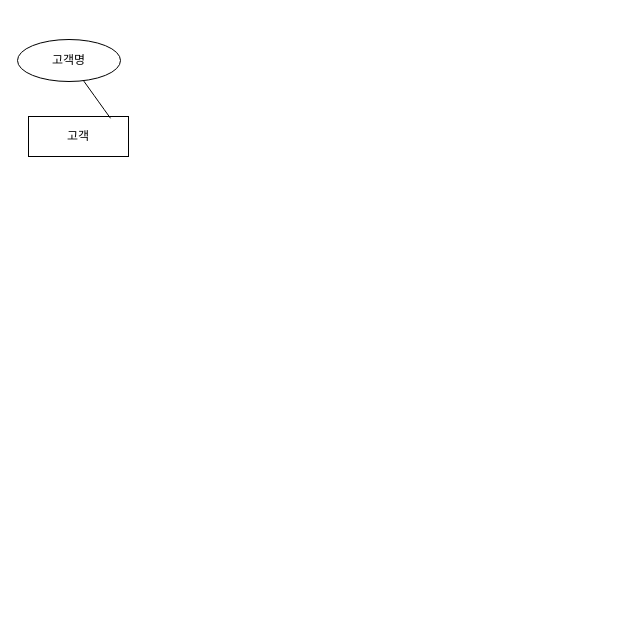
SEOUL-raphael/erd keeps this draw.io diagram as 제목 없는 다이어그램.drawio. Above is the earlier version. Source tidied: cells renumbered, new cells numbered last; positions are measured from the earlier drawing's top-left corner, leaving out a move shared by most shapes. Both pictures are drawn from the tidied source at 100%, with x=0, y=0 at pixel (17, 39).
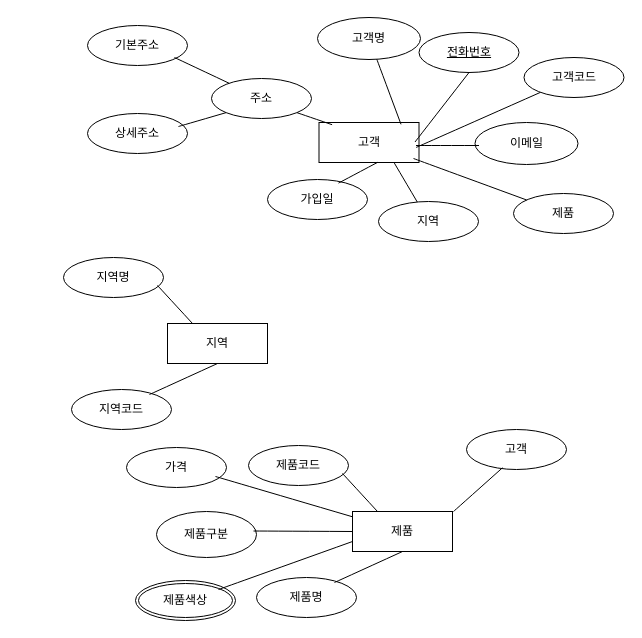
After the change.

Commit message (it also covers changes not shown here):
제목 없는 다이어그램.drawio 업데이트

Diff of the diagram source:
```diff
@@
     <mxCell id="2" value="고&lt;span style=&quot;background-color: initial;&quot;&gt;객&lt;/span&gt;" style="whiteSpace=wrap;html=1;align=center;" parent="1" vertex="1">
-      <mxGeometry x="11" y="77" width="100" height="40" as="geometry" />
+      <mxGeometry x="301.5" y="83" width="100" height="40" as="geometry" />
     </mxCell>
     <mxCell id="3" value="고객명" style="ellipse;whiteSpace=wrap;html=1;align=center;" parent="1" vertex="1">
-      <mxGeometry width="103" height="42" as="geometry" />
+      <mxGeometry x="300" y="-22" width="103" height="42" as="geometry" />
     </mxCell>
@@
+    <mxCell id="5" value="전화번호" style="ellipse;whiteSpace=wrap;html=1;align=center;fontStyle=4;" parent="1" vertex="1">
+      <mxGeometry x="401.5" y="-7" width="100" height="40" as="geometry" />
+    </mxCell>
+    <mxCell id="6" style="endArrow=none;html=1;rounded=0;fontSize=12;startSize=8;endSize=8;curved=1;entryX=0.5;entryY=1;entryDx=0;entryDy=0;" parent="1" edge="1" target="5">
+      <mxGeometry relative="1" as="geometry">
+        <mxPoint x="397.5" y="102.5" as="sourcePoint" />
+      </mxGeometry>
+    </mxCell>
+    <mxCell id="7" value="이메일" style="ellipse;whiteSpace=wrap;html=1;align=center;" parent="1" vertex="1">
+      <mxGeometry x="457.5" y="83" width="103" height="42" as="geometry" />
+    </mxCell>
+    <mxCell id="8" style="endArrow=none;html=1;rounded=0;fontSize=12;startSize=8;endSize=8;curved=1;" parent="1" edge="1" target="9">
+      <mxGeometry relative="1" as="geometry">
+        <mxPoint x="398.5" y="108" as="sourcePoint" />
+      </mxGeometry>
+    </mxCell>
+    <mxCell id="9" value="고객코드" style="ellipse;whiteSpace=wrap;html=1;align=center;" parent="1" vertex="1">
+      <mxGeometry x="506.5" y="18" width="100" height="40" as="geometry" />
+    </mxCell>
+    <mxCell id="10" style="endArrow=none;html=1;rounded=0;fontSize=12;startSize=8;endSize=8;curved=1;" parent="1" edge="1">
+      <mxGeometry relative="1" as="geometry">
+        <mxPoint x="398.5" y="106" as="sourcePoint" />
+        <mxPoint x="461.5" y="106" as="targetPoint" />
+      </mxGeometry>
+    </mxCell>
+    <mxCell id="11" value="주소" style="ellipse;whiteSpace=wrap;html=1;align=center;" parent="1" vertex="1">
+      <mxGeometry x="194" y="39" width="100" height="40" as="geometry" />
+    </mxCell>
+    <mxCell id="12" value="기본주소" style="ellipse;whiteSpace=wrap;html=1;align=center;" parent="1" vertex="1">
+      <mxGeometry x="70" y="-14" width="100" height="40" as="geometry" />
+    </mxCell>
+    <mxCell id="13" value="상세주소" style="ellipse;whiteSpace=wrap;html=1;align=center;" parent="1" vertex="1">
+      <mxGeometry x="70" y="74" width="100" height="40" as="geometry" />
+    </mxCell>
+    <mxCell id="14" value="가입일" style="ellipse;whiteSpace=wrap;html=1;align=center;" parent="1" vertex="1">
+      <mxGeometry x="250" y="140" width="100" height="40" as="geometry" />
+    </mxCell>
+    <mxCell id="15" style="endArrow=none;html=1;rounded=0;fontSize=12;startSize=8;endSize=8;curved=1;entryX=0.587;entryY=0.995;entryDx=0;entryDy=0;entryPerimeter=0;exitX=0.71;exitY=0.09;exitDx=0;exitDy=0;exitPerimeter=0;" parent="1" edge="1" source="14" target="2">
+      <mxGeometry relative="1" as="geometry" />
+    </mxCell>
+    <mxCell id="16" style="endArrow=none;html=1;rounded=0;fontSize=12;startSize=8;endSize=8;curved=1;entryX=0.131;entryY=0.055;entryDx=0;entryDy=0;entryPerimeter=0;exitX=1;exitY=1;exitDx=0;exitDy=0;" parent="1" edge="1" source="11" target="2">
+      <mxGeometry relative="1" as="geometry" />
+    </mxCell>
+    <mxCell id="17" style="endArrow=none;html=1;rounded=0;fontSize=12;startSize=8;endSize=8;curved=1;exitX=0.75;exitY=1;exitDx=0;exitDy=0;" parent="1" edge="1" source="2" target="20">
+      <mxGeometry relative="1" as="geometry" />
+    </mxCell>
+    <mxCell id="18" style="endArrow=none;html=1;rounded=0;fontSize=12;startSize=8;endSize=8;curved=1;" parent="1" edge="1" target="11">
+      <mxGeometry relative="1" as="geometry">
+        <mxPoint x="157" y="18" as="sourcePoint" />
+      </mxGeometry>
+    </mxCell>
+    <mxCell id="19" style="endArrow=none;html=1;rounded=0;fontSize=12;startSize=8;endSize=8;curved=1;entryX=0;entryY=1;entryDx=0;entryDy=0;" parent="1" edge="1" target="11">
+      <mxGeometry relative="1" as="geometry">
+        <mxPoint x="161" y="87" as="sourcePoint" />
+      </mxGeometry>
+    </mxCell>
+    <mxCell id="20" value="지역" style="ellipse;whiteSpace=wrap;html=1;align=center;" parent="1" vertex="1">
+      <mxGeometry x="361" y="162" width="100" height="40" as="geometry" />
+    </mxCell>
+    <mxCell id="21" value="지역" style="whiteSpace=wrap;html=1;align=center;" parent="1" vertex="1">
+      <mxGeometry x="150" y="284" width="100" height="40" as="geometry" />
+    </mxCell>
+    <mxCell id="22" value="지역명" style="ellipse;whiteSpace=wrap;html=1;align=center;" parent="1" vertex="1">
+      <mxGeometry x="46" y="218" width="100" height="40" as="geometry" />
+    </mxCell>
+    <mxCell id="23" value="지역코드" style="ellipse;whiteSpace=wrap;html=1;align=center;" parent="1" vertex="1">
+      <mxGeometry x="54" y="350" width="100" height="40" as="geometry" />
+    </mxCell>
+    <mxCell id="24" style="endArrow=none;html=1;rounded=0;fontSize=12;startSize=8;endSize=8;curved=1;entryX=0.25;entryY=0;entryDx=0;entryDy=0;" parent="1" edge="1" target="21">
+      <mxGeometry relative="1" as="geometry">
+        <mxPoint x="140" y="246" as="sourcePoint" />
+      </mxGeometry>
+    </mxCell>
+    <mxCell id="25" style="endArrow=none;html=1;rounded=0;fontSize=12;startSize=8;endSize=8;curved=1;entryX=0.5;entryY=1;entryDx=0;entryDy=0;" parent="1" edge="1" target="21">
+      <mxGeometry relative="1" as="geometry">
+        <mxPoint x="132" y="355" as="sourcePoint" />
+      </mxGeometry>
+    </mxCell>
+    <mxCell id="26" value="제품" style="whiteSpace=wrap;html=1;align=center;" parent="1" vertex="1">
+      <mxGeometry x="335" y="472" width="100" height="40" as="geometry" />
+    </mxCell>
+    <mxCell id="27" value="제품코드" style="ellipse;whiteSpace=wrap;html=1;align=center;" parent="1" vertex="1">
+      <mxGeometry x="231" y="406" width="100" height="40" as="geometry" />
+    </mxCell>
+    <mxCell id="28" value="제품명" style="ellipse;whiteSpace=wrap;html=1;align=center;" parent="1" vertex="1">
+      <mxGeometry x="239" y="538" width="100" height="40" as="geometry" />
+    </mxCell>
+    <mxCell id="29" style="endArrow=none;html=1;rounded=0;fontSize=12;startSize=8;endSize=8;curved=1;entryX=0.25;entryY=0;entryDx=0;entryDy=0;" parent="1" edge="1" target="26">
+      <mxGeometry relative="1" as="geometry">
+        <mxPoint x="325" y="434" as="sourcePoint" />
+      </mxGeometry>
+    </mxCell>
+    <mxCell id="30" style="endArrow=none;html=1;rounded=0;fontSize=12;startSize=8;endSize=8;curved=1;entryX=0.5;entryY=1;entryDx=0;entryDy=0;" parent="1" edge="1" target="26">
+      <mxGeometry relative="1" as="geometry">
+        <mxPoint x="317" y="543" as="sourcePoint" />
+      </mxGeometry>
+    </mxCell>
+    <mxCell id="31" value="제품구분" style="ellipse;whiteSpace=wrap;html=1;align=center;" parent="1" vertex="1">
+      <mxGeometry x="139" y="472" width="100" height="46" as="geometry" />
+    </mxCell>
+    <mxCell id="32" style="endArrow=none;html=1;rounded=0;fontSize=12;startSize=8;endSize=8;curved=1;" parent="1" edge="1">
+      <mxGeometry relative="1" as="geometry">
+        <mxPoint x="236" y="491.5" as="sourcePoint" />
+        <mxPoint x="335" y="492" as="targetPoint" />
+      </mxGeometry>
+    </mxCell>
+    <mxCell id="33" value="제품색상" style="ellipse;shape=doubleEllipse;margin=3;whiteSpace=wrap;html=1;align=center;" parent="1" vertex="1">
+      <mxGeometry x="118" y="541" width="100" height="40" as="geometry" />
+    </mxCell>
+    <mxCell id="34" style="endArrow=none;html=1;rounded=0;fontSize=12;startSize=8;endSize=8;curved=1;entryX=0;entryY=0.75;entryDx=0;entryDy=0;" parent="1" edge="1" target="26">
+      <mxGeometry relative="1" as="geometry">
+        <mxPoint x="201" y="550" as="sourcePoint" />
+      </mxGeometry>
+    </mxCell>
+    <mxCell id="35" value="가격" style="ellipse;whiteSpace=wrap;html=1;align=center;" parent="1" vertex="1">
+      <mxGeometry x="109" y="408" width="100" height="40" as="geometry" />
+    </mxCell>
+    <mxCell id="36" style="endArrow=none;html=1;rounded=0;fontSize=12;startSize=8;endSize=8;curved=1;" parent="1" edge="1" target="26">
+      <mxGeometry relative="1" as="geometry">
+        <mxPoint x="198" y="437" as="sourcePoint" />
+      </mxGeometry>
+    </mxCell>
+    <mxCell id="37" value="제품" style="ellipse;whiteSpace=wrap;html=1;align=center;" parent="1" vertex="1">
+      <mxGeometry x="496" y="154" width="100" height="40" as="geometry" />
+    </mxCell>
+    <mxCell id="38" style="endArrow=none;html=1;rounded=0;fontSize=12;startSize=8;endSize=8;curved=1;" parent="1" edge="1" target="37">
+      <mxGeometry relative="1" as="geometry">
+        <mxPoint x="396" y="119" as="sourcePoint" />
+      </mxGeometry>
+    </mxCell>
+    <mxCell id="39" value="고객" style="ellipse;whiteSpace=wrap;html=1;align=center;" parent="1" vertex="1">
+      <mxGeometry x="449" y="390" width="100" height="40" as="geometry" />
+    </mxCell>
+    <mxCell id="40" style="endArrow=none;html=1;rounded=0;fontSize=12;startSize=8;endSize=8;curved=1;entryX=0.36;entryY=0.957;entryDx=0;entryDy=0;entryPerimeter=0;" parent="1" edge="1" target="39">
+      <mxGeometry relative="1" as="geometry">
+        <mxPoint x="436" y="472" as="sourcePoint" />
+      </mxGeometry>
+    </mxCell>
```
